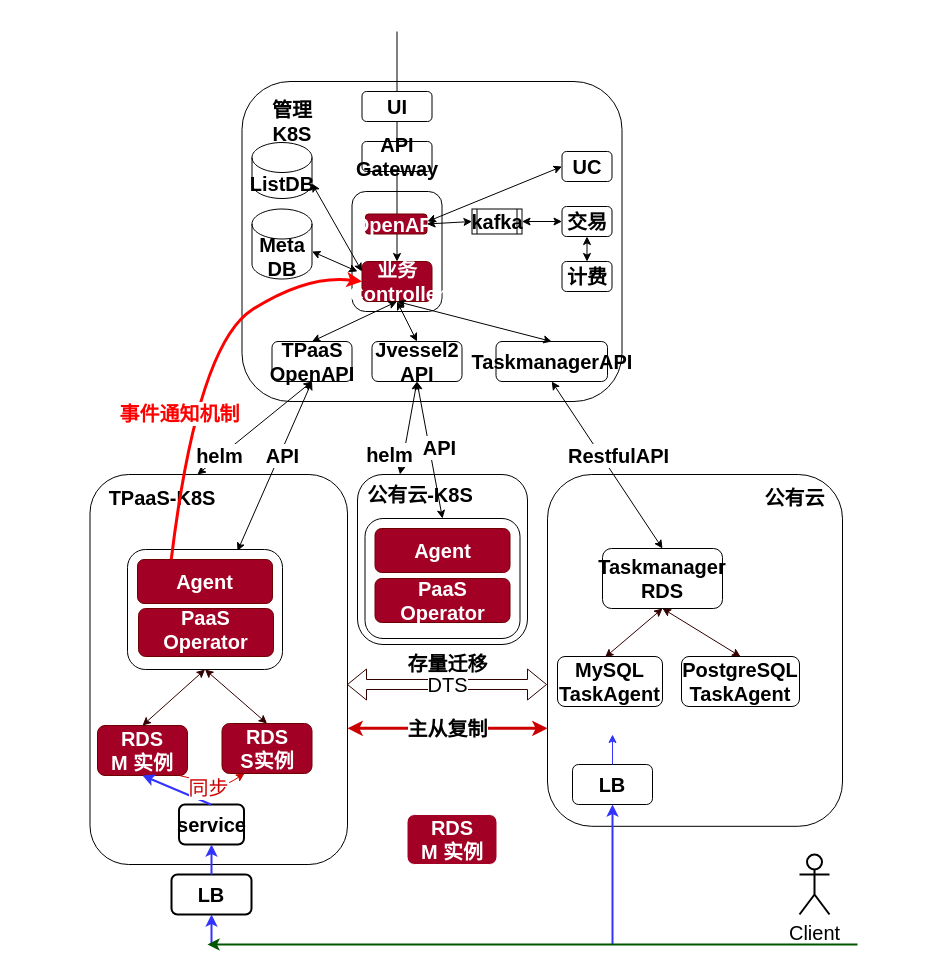
The draw.io diagram page "第 12 页" (12 of 12) of TPASS.drawio in zjtheone/read-the-fxxk-code, before the edit. Source tidied: cells renumbered, new cells numbered last; positions are measured from the earlier drawing's top-left corner, leaving out a move shared by most shapes. Both pictures are drawn from the tidied source at 100%, with x=0, y=0 at pixel (89, 31).
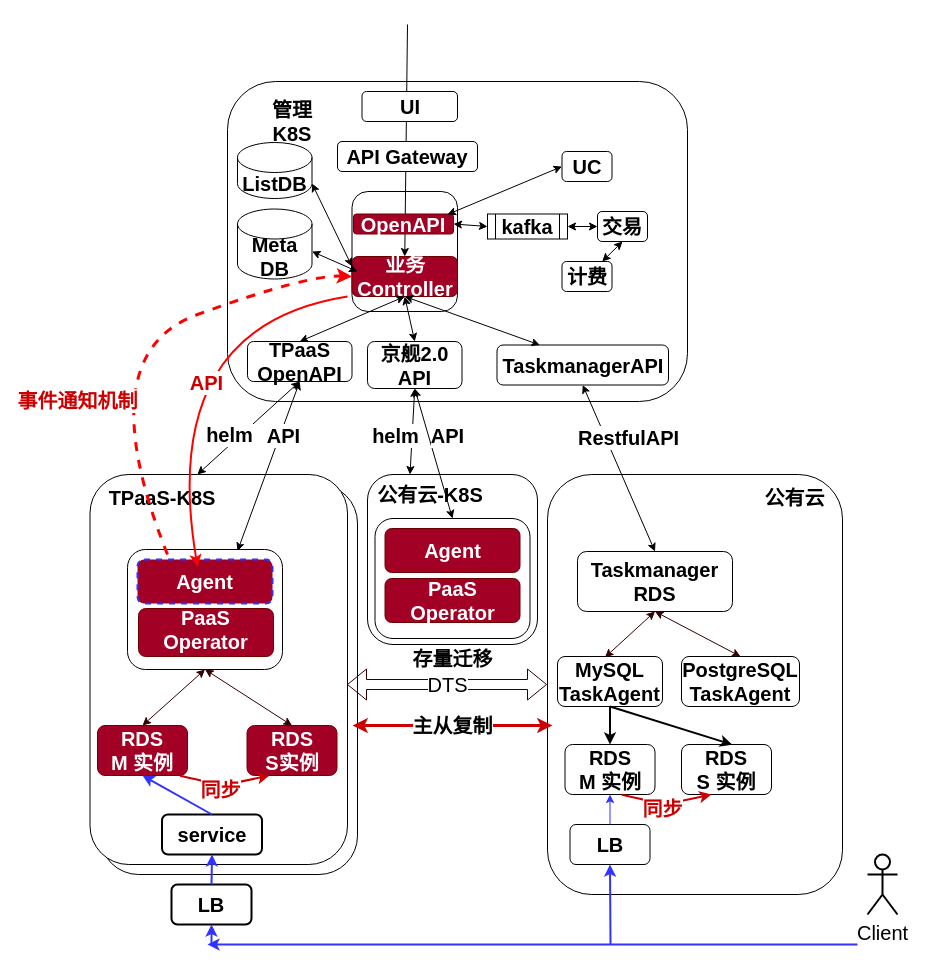
Above is the later version.

Unchanged cells that the change refers to:
```xml
<mxCell id="13" value="UC" style="rounded=1;whiteSpace=wrap;html=1;fontStyle=1;fontSize=20;" parent="1" vertex="1">
  <mxGeometry x="472.5" y="120" width="50" height="30" as="geometry" />
</mxCell>
<mxCell id="33" style="endArrow=classic;startArrow=classic;html=1;fontSize=20;entryX=0.5;entryY=1;entryDx=0;entryDy=0;exitX=0.417;exitY=0;exitDx=0;exitDy=0;fontStyle=1;exitPerimeter=0;" parent="1" edge="1" source="2" target="11">
  <mxGeometry relative="1" as="geometry" />
</mxCell>
<mxCell id="35" style="endArrow=classic;startArrow=classic;html=1;fontSize=20;entryX=0.5;entryY=1;entryDx=0;entryDy=0;exitX=0.5;exitY=0;exitDx=0;exitDy=0;fontStyle=1;" parent="1" edge="1" target="11">
  <mxGeometry relative="1" as="geometry">
    <mxPoint x="148" y="519.5" as="sourcePoint" />
  </mxGeometry>
</mxCell>
<mxCell id="37" style="endArrow=classic;startArrow=classic;html=1;fontSize=20;entryX=0.5;entryY=1;entryDx=0;entryDy=0;exitX=0.25;exitY=0;exitDx=0;exitDy=0;fontStyle=1;" parent="1" edge="1" source="28" target="10">
  <mxGeometry relative="1" as="geometry" />
</mxCell>
<mxCell id="39" style="endArrow=classic;startArrow=classic;html=1;fontSize=20;entryX=0.5;entryY=1;entryDx=0;entryDy=0;exitX=0.5;exitY=0;exitDx=0;exitDy=0;fontStyle=1;" parent="1" edge="1" source="69" target="10">
  <mxGeometry relative="1" as="geometry" />
</mxCell>
<mxCell id="41" style="endArrow=classic;startArrow=classic;html=1;fontSize=20;exitX=0.5;exitY=0;exitDx=0;exitDy=0;entryX=0.5;entryY=1;entryDx=0;entryDy=0;fontStyle=1;" parent="1" edge="1" source="31" target="25">
  <mxGeometry relative="1" as="geometry" />
</mxCell>
<mxCell id="49" value="RDS&lt;br style=&quot;font-size: 20px;&quot;&gt;M 实例" style="rounded=1;whiteSpace=wrap;html=1;fontStyle=1;fontSize=20;fillColor=#a20025;fontColor=#ffffff;strokeColor=#6F0000;" parent="1" vertex="1">
  <mxGeometry x="8" y="694" width="90" height="50" as="geometry" />
</mxCell>
<mxCell id="50" value="MySQL&lt;br style=&quot;font-size: 20px;&quot;&gt;TaskAgent" style="rounded=1;whiteSpace=wrap;html=1;fontStyle=1;fontSize=20;" parent="1" vertex="1">
  <mxGeometry x="468" y="625" width="105" height="50" as="geometry" />
</mxCell>
```

The edit, as a diff of the source:
```diff
@@
+    <mxCell id="77" style="rounded=1;whiteSpace=wrap;html=1;fontStyle=1;fontSize=20;" parent="1" vertex="1">
+      <mxGeometry x="10.5" y="453" width="257.5" height="390" as="geometry" />
+    </mxCell>
@@
     <mxCell id="3" style="rounded=1;whiteSpace=wrap;html=1;fontStyle=1;fontSize=20;" parent="1" vertex="1">
-      <mxGeometry x="152.5" y="50" width="380" height="320" as="geometry" />
+      <mxGeometry x="138" y="50" width="460" height="320" as="geometry" />
     </mxCell>
     <mxCell id="4" style="rounded=1;whiteSpace=wrap;html=1;fontStyle=1;fontSize=20;" parent="1" vertex="1">
-      <mxGeometry x="262.5" y="160" width="90" height="120" as="geometry" />
+      <mxGeometry x="262.5" y="160" width="105.5" height="120" as="geometry" />
     </mxCell>
     <mxCell id="5" style="endArrow=classic;html=1;entryX=0.5;entryY=0;entryDx=0;entryDy=0;fontStyle=1;fontSize=20;" parent="1" edge="1" target="9">
       <mxGeometry relative="1" as="geometry">
-        <mxPoint x="307.5" as="sourcePoint" />
+        <mxPoint x="318" y="-7" as="sourcePoint" />
       </mxGeometry>
     </mxCell>
     <mxCell id="6" value="API Gateway" style="rounded=1;whiteSpace=wrap;html=1;fontStyle=1;fontSize=20;" parent="1" vertex="1">
-      <mxGeometry x="272.5" y="110" width="70" height="30" as="geometry" />
+      <mxGeometry x="248" y="110" width="140" height="30" as="geometry" />
     </mxCell>
     <mxCell id="7" value="UI" style="rounded=1;whiteSpace=wrap;html=1;fontStyle=1;fontSize=20;" parent="1" vertex="1">
-      <mxGeometry x="272.5" y="60" width="70" height="30" as="geometry" />
+      <mxGeometry x="272.5" y="60" width="95.5" height="30" as="geometry" />
     </mxCell>
     <mxCell id="8" value="OpenAPI&lt;br style=&quot;font-size: 20px;&quot;&gt;" style="rounded=1;whiteSpace=wrap;html=1;fontStyle=1;fontSize=20;fillColor=#a20025;strokeColor=#6F0000;fontColor=#ffffff;" parent="1" vertex="1">
-      <mxGeometry x="276" y="182.5" width="61.5" height="20" as="geometry" />
+      <mxGeometry x="264" y="182.5" width="100" height="20" as="geometry" />
     </mxCell>
     <mxCell id="9" value="业务Controller" style="rounded=1;whiteSpace=wrap;html=1;fillColor=#a20025;strokeColor=#6F0000;fontStyle=1;fontSize=20;fontColor=#ffffff;" parent="1" vertex="1">
-      <mxGeometry x="272.5" y="230" width="70" height="40" as="geometry" />
+      <mxGeometry x="262.5" y="225" width="105.5" height="40" as="geometry" />
     </mxCell>
-    <mxCell id="10" value="Jvessel2&lt;br style=&quot;font-size: 20px;&quot;&gt;API" style="rounded=1;whiteSpace=wrap;html=1;fontStyle=1;fontSize=20;" parent="1" vertex="1">
-      <mxGeometry x="282.5" y="310" width="90" height="40" as="geometry" />
+    <mxCell id="10" value="京舰2.0&lt;br style=&quot;font-size: 20px;&quot;&gt;API" style="rounded=1;whiteSpace=wrap;html=1;fontStyle=1;fontSize=20;" parent="1" vertex="1">
+      <mxGeometry x="278" y="310" width="94.5" height="47" as="geometry" />
     </mxCell>
     <mxCell id="11" value="TPaaS&lt;br style=&quot;font-size: 20px;&quot;&gt;OpenAPI" style="rounded=1;whiteSpace=wrap;html=1;fontStyle=1;fontSize=20;" parent="1" vertex="1">
-      <mxGeometry x="182.5" y="310" width="80" height="40" as="geometry" />
+      <mxGeometry x="158" y="310" width="104.5" height="40" as="geometry" />
     </mxCell>
     <mxCell id="12" value="Meta&lt;br style=&quot;font-size: 20px;&quot;&gt;DB" style="shape=cylinder3;whiteSpace=wrap;html=1;boundedLbl=1;backgroundOutline=1;size=15;fontStyle=1;fontSize=20;" parent="1" vertex="1">
-      <mxGeometry x="162.5" y="177.5" width="60" height="70" as="geometry" />
+      <mxGeometry x="148" y="177.5" width="74.5" height="70" as="geometry" />
     </mxCell>
@@
     <mxCell id="14" value="交易" style="rounded=1;whiteSpace=wrap;html=1;fontStyle=1;fontSize=20;" parent="1" vertex="1">
-      <mxGeometry x="472.5" y="175" width="50" height="30" as="geometry" />
+      <mxGeometry x="508" y="180" width="50" height="30" as="geometry" />
     </mxCell>
@@
     <mxCell id="17" value="kafka" style="shape=process;whiteSpace=wrap;html=1;backgroundOutline=1;fontStyle=1;fontSize=20;" parent="1" vertex="1">
-      <mxGeometry x="382.5" y="177.5" width="50" height="25" as="geometry" />
+      <mxGeometry x="398" y="182.5" width="80" height="25" as="geometry" />
     </mxCell>
@@
     <mxCell id="22" style="endArrow=classic;startArrow=classic;html=1;entryX=0;entryY=0.5;entryDx=0;entryDy=0;fontStyle=1;fontSize=20;" parent="1" edge="1" target="13">
       <mxGeometry relative="1" as="geometry">
-        <mxPoint x="338" y="190" as="sourcePoint" />
+        <mxPoint x="358" y="183" as="sourcePoint" />
       </mxGeometry>
     </mxCell>
@@
     <mxCell id="25" value="TaskmanagerAPI" style="rounded=1;whiteSpace=wrap;html=1;fontStyle=1;fontSize=20;" parent="1" vertex="1">
-      <mxGeometry x="406.5" y="310" width="111.5" height="40" as="geometry" />
+      <mxGeometry x="407.5" y="313.5" width="171.5" height="40" as="geometry" />
     </mxCell>
-    <mxCell id="26" style="endArrow=classic;startArrow=classic;html=1;fontSize=20;exitX=0.5;exitY=1;exitDx=0;exitDy=0;entryX=0.5;entryY=0;entryDx=0;entryDy=0;fontStyle=1;" parent="1" edge="1" source="9" target="25">
+    <mxCell id="26" style="endArrow=classic;startArrow=classic;html=1;fontSize=20;exitX=0.5;exitY=1;exitDx=0;exitDy=0;entryX=0.25;entryY=0;entryDx=0;entryDy=0;fontStyle=1;" parent="1" edge="1" source="9" target="25">
       <mxGeometry relative="1" as="geometry" />
     </mxCell>
@@
     <mxCell id="28" style="rounded=1;whiteSpace=wrap;html=1;fontStyle=1;fontSize=20;" parent="1" vertex="1">
-      <mxGeometry x="268" y="443" width="170" height="170" as="geometry" />
+      <mxGeometry x="278" y="443" width="170" height="170" as="geometry" />
     </mxCell>
     <mxCell id="29" value="公有云-K8S" style="text;html=1;strokeColor=none;fillColor=none;align=center;verticalAlign=middle;whiteSpace=wrap;rounded=0;fontStyle=1;fontSize=20;" parent="1" vertex="1">
-      <mxGeometry x="276" y="453" width="110" height="20" as="geometry" />
+      <mxGeometry x="286" y="453" width="110" height="20" as="geometry" />
     </mxCell>
-    <mxCell id="30" style="rounded=1;whiteSpace=wrap;html=1;fontStyle=1;fontSize=20;" parent="1" vertex="1">
-      <mxGeometry x="458" y="443" width="295" height="351.8" as="geometry" />
+    <mxCell id="30" style="rounded=1;whiteSpace=wrap;html=1;fontStyle=1;fontSize=20;strokeColor=#000000;" parent="1" vertex="1">
+      <mxGeometry x="458" y="443" width="295" height="420" as="geometry" />
     </mxCell>
     <mxCell id="31" value="Taskmanager&lt;br style=&quot;font-size: 20px;&quot;&gt;RDS" style="rounded=1;whiteSpace=wrap;html=1;fontSize=20;fontStyle=1;" parent="1" vertex="1">
-      <mxGeometry x="513" y="517" width="120" height="60" as="geometry" />
+      <mxGeometry x="488" y="520" width="155" height="60" as="geometry" />
     </mxCell>
@@
     <mxCell id="34" value="helm" style="edgeLabel;html=1;align=center;verticalAlign=middle;fontSize=20;fontStyle=1;" parent="33" vertex="1">
       <mxGeometry x="-0.39" y="4" relative="1" as="geometry">
-        <mxPoint x="-11" y="12" as="offset" />
+        <mxPoint x="3" y="-9" as="offset" />
       </mxGeometry>
     </mxCell>
@@
     <mxCell id="36" value="API" style="edgeLabel;html=1;align=center;verticalAlign=middle;fontSize=20;fontStyle=1;" parent="35" vertex="1">
       <mxGeometry x="-0.02" y="-1" relative="1" as="geometry">
-        <mxPoint x="7" y="-13" as="offset" />
+        <mxPoint x="14" y="-34" as="offset" />
       </mxGeometry>
     </mxCell>
@@
     <mxCell id="38" value="helm" style="edgeLabel;html=1;align=center;verticalAlign=middle;fontSize=20;fontStyle=1;" parent="37" vertex="1">
       <mxGeometry x="-0.48" y="4" relative="1" as="geometry">
-        <mxPoint x="-12" y="5" as="offset" />
+        <mxPoint x="-12" y="-17" as="offset" />
       </mxGeometry>
     </mxCell>
@@
     <mxCell id="40" value="API" style="edgeLabel;html=1;align=center;verticalAlign=middle;fontSize=20;fontStyle=1;" parent="39" vertex="1">
       <mxGeometry x="0.02" relative="1" as="geometry">
-        <mxPoint x="9" y="-2" as="offset" />
+        <mxPoint x="14" y="-17" as="offset" />
       </mxGeometry>
     </mxCell>
@@
     <mxCell id="42" value="RestfulAPI" style="edgeLabel;html=1;align=center;verticalAlign=middle;fontSize=20;fontStyle=1;" parent="41" vertex="1">
       <mxGeometry x="0.03" y="1" relative="1" as="geometry">
-        <mxPoint x="13" y="-8" as="offset" />
+        <mxPoint x="11" y="-30" as="offset" />
       </mxGeometry>
     </mxCell>
     <mxCell id="43" value="ListDB" style="shape=cylinder3;whiteSpace=wrap;html=1;boundedLbl=1;backgroundOutline=1;size=15;fontStyle=1;fontSize=20;" parent="1" vertex="1">
-      <mxGeometry x="162.5" y="111" width="60" height="56" as="geometry" />
+      <mxGeometry x="148" y="111" width="74.5" height="56" as="geometry" />
     </mxCell>
@@
-    <mxCell id="47" value="&lt;font style=&quot;font-size: 20px;&quot;&gt;Agent&lt;/font&gt;" style="rounded=1;whiteSpace=wrap;html=1;fontStyle=1;strokeColor=#6F0000;fontSize=20;fillColor=#a20025;fontColor=#ffffff;" parent="1" vertex="1">
+    <mxCell id="47" value="&lt;font style=&quot;font-size: 20px;&quot;&gt;Agent&lt;/font&gt;" style="rounded=1;whiteSpace=wrap;html=1;fontStyle=1;strokeColor=#3333FF;fontSize=20;fillColor=#a20025;fontColor=#ffffff;dashed=1;strokeWidth=2;" parent="1" vertex="1">
       <mxGeometry x="48" y="528" width="135" height="44" as="geometry" />
     </mxCell>
@@
     <mxCell id="52" value="存量迁移" style="text;html=1;align=center;verticalAlign=middle;strokeColor=none;fillColor=none;fontStyle=1;fontSize=20;" parent="1" vertex="1">
-      <mxGeometry x="307.5" y="611.8" width="100" height="40" as="geometry" />
+      <mxGeometry x="313" y="607" width="100" height="40" as="geometry" />
     </mxCell>
@@
     <mxCell id="55" value="主从复制" style="endArrow=classic;startArrow=classic;html=1;strokeColor=#CC0000;fontStyle=1;fontSize=20;strokeWidth=3;" parent="1" edge="1">
       <mxGeometry relative="1" as="geometry">
-        <mxPoint x="258" y="696.8" as="sourcePoint" />
-        <mxPoint x="458" y="696.8" as="targetPoint" />
+        <mxPoint x="263" y="694" as="sourcePoint" />
+        <mxPoint x="463" y="694" as="targetPoint" />
       </mxGeometry>
     </mxCell>
-    <mxCell id="56" style="curved=1;endArrow=classic;html=1;rounded=0;fontSize=20;exitX=0.25;exitY=0;exitDx=0;exitDy=0;strokeColor=#FF0000;strokeWidth=3;entryX=0;entryY=0.5;entryDx=0;entryDy=0;" parent="1" edge="1" source="47" target="9">
+    <mxCell id="56" style="curved=1;endArrow=classic;html=1;rounded=0;fontSize=20;strokeColor=#FF0000;strokeWidth=3;entryX=0;entryY=0.5;entryDx=0;entryDy=0;dashed=1;" parent="1" edge="1" target="9">
       <mxGeometry relative="1" as="geometry">
+        <mxPoint x="78" y="523" as="sourcePoint" />
         <Array as="points">
-          <mxPoint x="108" y="313" />
+          <mxPoint x="-2" y="323" />
           <mxPoint x="218" y="243" />
         </Array>
       </mxGeometry>
     </mxCell>
-    <mxCell id="57" value="&lt;span style=&quot;color: rgb(255, 0, 0); font-size: 20px; font-weight: 700;&quot;&gt;事件通知机制&lt;/span&gt;" style="edgeLabel;html=1;align=center;verticalAlign=middle;fontSize=20;" parent="56" vertex="1">
+    <mxCell id="57" value="&lt;span style=&quot;font-size: 20px; font-weight: 700;&quot;&gt;&lt;font color=&quot;#cc0000&quot;&gt;事件通知机制&lt;/font&gt;&lt;/span&gt;" style="edgeLabel;html=1;align=center;verticalAlign=middle;fontSize=20;" parent="56" vertex="1">
       <mxGeometry x="-0.07" y="-14" relative="1" as="geometry">
         <mxPoint x="-29" y="37" as="offset" />
       </mxGeometry>
     </mxCell>
     <mxCell id="58" value="Client" style="shape=umlActor;verticalLabelPosition=bottom;verticalAlign=top;html=1;fontSize=20;strokeWidth=2;" parent="1" vertex="1">
-      <mxGeometry x="710" y="823" width="30" height="60" as="geometry" />
+      <mxGeometry x="778" y="823" width="30" height="60" as="geometry" />
     </mxCell>
@@
     <mxCell id="60" value="LB" style="rounded=1;whiteSpace=wrap;html=1;fontStyle=1;fontSize=20;" parent="1" vertex="1">
-      <mxGeometry x="483" y="733" width="80" height="40" as="geometry" />
+      <mxGeometry x="480.5" y="793" width="80" height="40" as="geometry" />
     </mxCell>
     <mxCell id="61" style="endArrow=classic;html=1;strokeColor=#3333FF;fontStyle=1;entryX=0.5;entryY=1;entryDx=0;entryDy=0;strokeWidth=2;fontSize=20;" parent="1" edge="1" target="60">
       <mxGeometry relative="1" as="geometry">
-        <mxPoint x="523" y="913" as="sourcePoint" />
+        <mxPoint x="521" y="913" as="sourcePoint" />
       </mxGeometry>
     </mxCell>
     <mxCell id="62" style="endArrow=classic;html=1;entryX=0.5;entryY=1;entryDx=0;entryDy=0;exitX=0.5;exitY=0;exitDx=0;exitDy=0;strokeColor=#3333FF;fontStyle=1;fontSize=20;" parent="1" edge="1" source="60">
       <mxGeometry relative="1" as="geometry">
-        <mxPoint x="523" y="703" as="targetPoint" />
+        <mxPoint x="520.5" y="763" as="targetPoint" />
       </mxGeometry>
     </mxCell>
     <mxCell id="63" value="service" style="rounded=1;whiteSpace=wrap;html=1;fontStyle=1;strokeWidth=2;fontSize=20;" parent="1" vertex="1">
-      <mxGeometry x="89.5" y="773" width="65" height="40" as="geometry" />
+      <mxGeometry x="72.5" y="783" width="100" height="40" as="geometry" />
     </mxCell>
     <mxCell id="64" value="LB" style="rounded=1;whiteSpace=wrap;html=1;fontStyle=1;strokeWidth=2;fontSize=20;" parent="1" vertex="1">
-      <mxGeometry x="82" y="843" width="80" height="40" as="geometry" />
+      <mxGeometry x="82" y="853" width="80" height="40" as="geometry" />
     </mxCell>
@@
-    <mxCell id="67" style="endArrow=classic;html=1;entryX=0.5;entryY=1;entryDx=0;entryDy=0;strokeColor=#3333FF;fontStyle=1;strokeWidth=2;fontSize=20;" parent="1" edge="1" target="49">
-      <mxGeometry relative="1" as="geometry">
-        <mxPoint x="121.5" y="773" as="sourcePoint" />
-      </mxGeometry>
+    <mxCell id="67" style="endArrow=classic;html=1;entryX=0.5;entryY=1;entryDx=0;entryDy=0;strokeColor=#3333FF;fontStyle=1;strokeWidth=2;fontSize=20;exitX=0.5;exitY=0;exitDx=0;exitDy=0;" parent="1" edge="1" source="63" target="49">
+      <mxGeometry relative="1" as="geometry" />
     </mxCell>
-    <mxCell id="68" style="endArrow=classic;html=1;rounded=0;fontSize=20;strokeColor=#005700;strokeWidth=2;fillColor=#008a00;" parent="1" edge="1">
+    <mxCell id="68" style="endArrow=classic;html=1;rounded=0;fontSize=20;strokeColor=#3333FF;strokeWidth=2;fillColor=#008a00;" parent="1" edge="1">
       <mxGeometry relative="1" as="geometry">
         <mxPoint x="768" y="913" as="sourcePoint" />
         <mxPoint x="118" y="913" as="targetPoint" />
       </mxGeometry>
     </mxCell>
     <mxCell id="69" style="rounded=1;whiteSpace=wrap;html=1;fontStyle=1;fontSize=20;" parent="1" vertex="1">
-      <mxGeometry x="275.5" y="487" width="155" height="120" as="geometry" />
+      <mxGeometry x="285.5" y="487" width="155" height="120" as="geometry" />
     </mxCell>
     <mxCell id="70" value="PaaS&lt;br style=&quot;font-size: 20px;&quot;&gt;Operator" style="rounded=1;whiteSpace=wrap;html=1;fontStyle=1;fontSize=20;fillColor=#a20025;strokeColor=#6F0000;fontColor=#ffffff;" parent="1" vertex="1">
-      <mxGeometry x="285.5" y="547" width="135" height="44" as="geometry" />
+      <mxGeometry x="295.5" y="547" width="135" height="44" as="geometry" />
     </mxCell>
     <mxCell id="71" value="&lt;font style=&quot;font-size: 20px;&quot;&gt;Agent&lt;/font&gt;" style="rounded=1;whiteSpace=wrap;html=1;fontStyle=1;strokeColor=#6F0000;fontSize=20;fillColor=#a20025;fontColor=#ffffff;" parent="1" vertex="1">
-      <mxGeometry x="285.5" y="497" width="135" height="44" as="geometry" />
+      <mxGeometry x="295.5" y="497" width="135" height="44" as="geometry" />
     </mxCell>
     <mxCell id="72" value="RDS&lt;br style=&quot;font-size: 20px;&quot;&gt;S实例" style="rounded=1;whiteSpace=wrap;html=1;fontStyle=1;fontSize=20;fillColor=#a20025;fontColor=#ffffff;strokeColor=#6F0000;" parent="1" vertex="1">
-      <mxGeometry x="132.5" y="692" width="90" height="50" as="geometry" />
+      <mxGeometry x="157.5" y="694" width="90" height="50" as="geometry" />
     </mxCell>
@@
-    <mxCell id="74" style="curved=1;endArrow=classic;html=1;rounded=0;exitX=0.918;exitY=1.004;exitDx=0;exitDy=0;exitPerimeter=0;entryX=0.25;entryY=1;entryDx=0;entryDy=0;strokeColor=#CC0000;fontSize=20;" parent="1" edge="1" source="49" target="72">
+    <mxCell id="74" style="curved=1;endArrow=classic;html=1;rounded=0;exitX=0.918;exitY=1.004;exitDx=0;exitDy=0;exitPerimeter=0;entryX=0.25;entryY=1;entryDx=0;entryDy=0;strokeColor=#CC0000;fontSize=20;strokeWidth=2;" parent="1" edge="1" source="49" target="72">
       <mxGeometry relative="1" as="geometry">
         <Array as="points">
           <mxPoint x="128" y="753" />
           <mxPoint x="138" y="753" />
         </Array>
       </mxGeometry>
     </mxCell>
-    <mxCell id="75" value="&lt;font color=&quot;#cc0000&quot; style=&quot;font-size: 20px;&quot;&gt;同步&lt;/font&gt;" style="edgeLabel;html=1;align=center;verticalAlign=middle;fontColor=#FFFFFF;fontSize=20;" parent="74" vertex="1">
+    <mxCell id="75" value="&lt;font color=&quot;#cc0000&quot; style=&quot;font-size: 20px;&quot;&gt;&lt;b&gt;同步&lt;/b&gt;&lt;/font&gt;" style="edgeLabel;html=1;align=center;verticalAlign=middle;fontColor=#FFFFFF;fontSize=20;" parent="74" vertex="1">
       <mxGeometry x="-0.09" y="-4" relative="1" as="geometry">
         <mxPoint x="-1" as="offset" />
       </mxGeometry>
     </mxCell>
-    <mxCell id="76" value="RDS&lt;br style=&quot;font-size: 20px;&quot;&gt;M 实例" style="rounded=1;whiteSpace=wrap;html=1;fontStyle=1;fontSize=20;fillColor=#a20025;fontColor=#ffffff;strokeColor=#FFFFFF;" parent="1" vertex="1">
-      <mxGeometry x="317.5" y="783" width="90" height="50" as="geometry" />
+    <mxCell id="76" value="&lt;font color=&quot;#000000&quot;&gt;RDS&lt;br style=&quot;font-size: 20px;&quot;&gt;M 实例&lt;/font&gt;" style="rounded=1;whiteSpace=wrap;html=1;fontStyle=1;fontSize=20;fillColor=none;fontColor=#ffffff;strokeColor=#000000;" parent="1" vertex="1">
+      <mxGeometry x="475.5" y="713" width="90" height="50" as="geometry" />
     </mxCell>
+    <mxCell id="78" value="&lt;font color=&quot;#000000&quot;&gt;RDS&lt;br style=&quot;font-size: 20px;&quot;&gt;S 实例&lt;/font&gt;" style="rounded=1;whiteSpace=wrap;html=1;fontStyle=1;fontSize=20;fillColor=none;fontColor=#ffffff;strokeColor=#000000;" parent="1" vertex="1">
+      <mxGeometry x="592" y="713" width="90" height="50" as="geometry" />
+    </mxCell>
+    <mxCell id="79" style="endArrow=classic;html=1;rounded=0;fontSize=20;fontColor=#000000;strokeColor=#000000;strokeWidth=2;exitX=0.5;exitY=1;exitDx=0;exitDy=0;entryX=0.5;entryY=0;entryDx=0;entryDy=0;" parent="1" edge="1" source="50" target="76">
+      <mxGeometry relative="1" as="geometry" />
+    </mxCell>
+    <mxCell id="80" style="endArrow=classic;html=1;rounded=0;fontSize=20;fontColor=#000000;strokeColor=#000000;strokeWidth=2;exitX=0.5;exitY=1;exitDx=0;exitDy=0;entryX=0.562;entryY=0.002;entryDx=0;entryDy=0;entryPerimeter=0;" parent="1" edge="1" source="50" target="78">
+      <mxGeometry relative="1" as="geometry" />
+    </mxCell>
+    <mxCell id="81" style="curved=1;endArrow=classic;html=1;rounded=0;exitX=0.918;exitY=1.004;exitDx=0;exitDy=0;exitPerimeter=0;entryX=0.25;entryY=1;entryDx=0;entryDy=0;strokeColor=#CC0000;fontSize=20;strokeWidth=2;" parent="1" edge="1">
+      <mxGeometry relative="1" as="geometry">
+        <mxPoint x="532.5" y="763.2" as="sourcePoint" />
+        <mxPoint x="621.9" y="763" as="targetPoint" />
+        <Array as="points">
+          <mxPoint x="569.9" y="772" />
+          <mxPoint x="579.9" y="772" />
+        </Array>
+      </mxGeometry>
+    </mxCell>
+    <mxCell id="82" value="&lt;font color=&quot;#cc0000&quot; style=&quot;font-size: 20px;&quot;&gt;&lt;b&gt;同步&lt;/b&gt;&lt;/font&gt;" style="edgeLabel;html=1;align=center;verticalAlign=middle;fontColor=#FFFFFF;fontSize=20;" parent="81" vertex="1">
+      <mxGeometry x="-0.09" y="-4" relative="1" as="geometry">
+        <mxPoint x="-1" as="offset" />
+      </mxGeometry>
+    </mxCell>
+    <mxCell id="83" style="curved=1;endArrow=classic;html=1;rounded=0;fontSize=20;fontColor=#CC0000;strokeColor=#FF0000;strokeWidth=2;" parent="1" edge="1">
+      <mxGeometry relative="1" as="geometry">
+        <mxPoint x="258" y="265" as="sourcePoint" />
+        <mxPoint x="108" y="535" as="targetPoint" />
+        <Array as="points">
+          <mxPoint x="68" y="295" />
+        </Array>
+      </mxGeometry>
+    </mxCell>
+    <mxCell id="84" value="&lt;b&gt;API&lt;/b&gt;" style="edgeLabel;html=1;align=center;verticalAlign=middle;fontSize=20;fontColor=#CC0000;" parent="83" vertex="1">
+      <mxGeometry x="0.17" y="39" relative="1" as="geometry" />
+    </mxCell>
```
